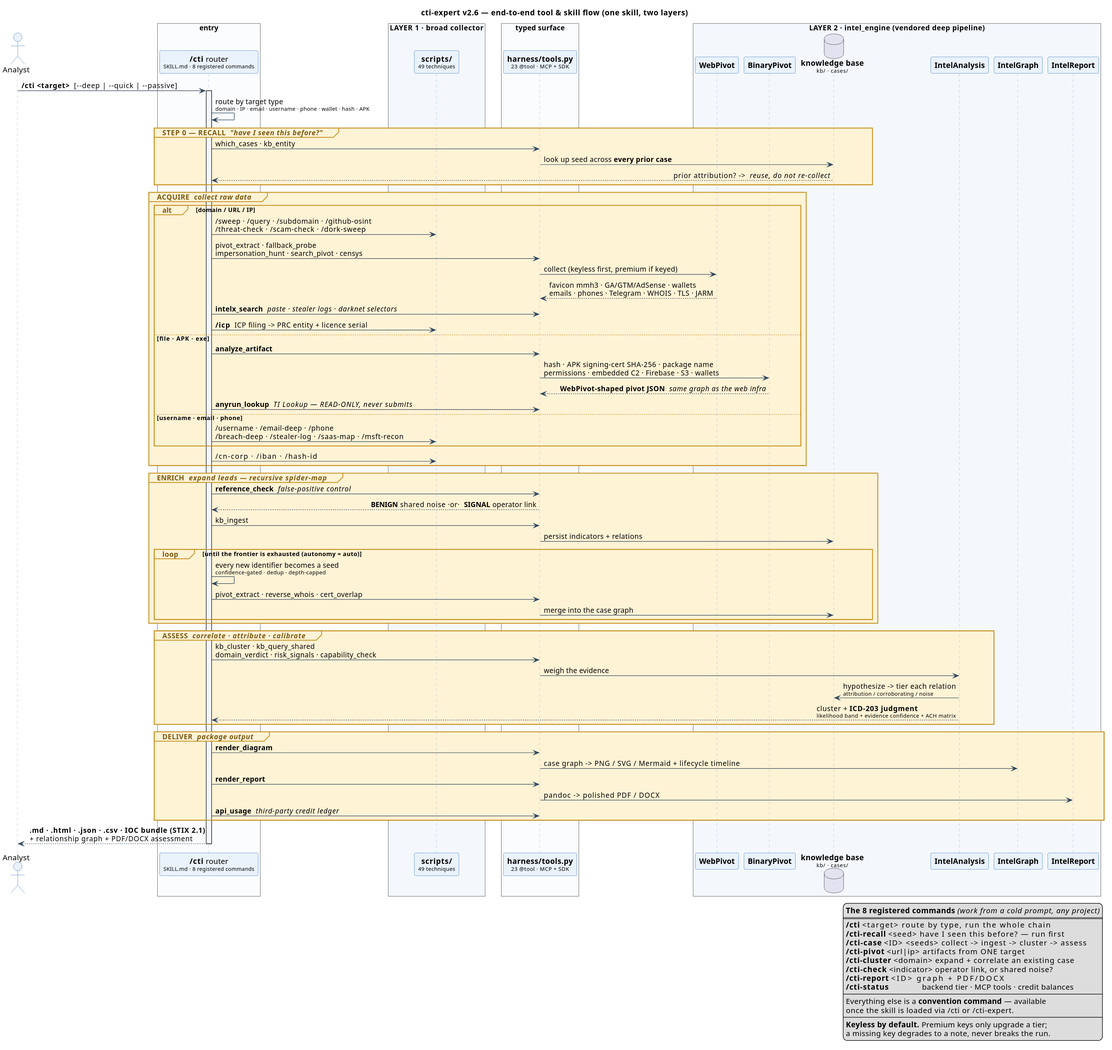
This is assets/workflow-skills.svg from 7onez/cti-expert, a PlantUML export, as it was before one commit.
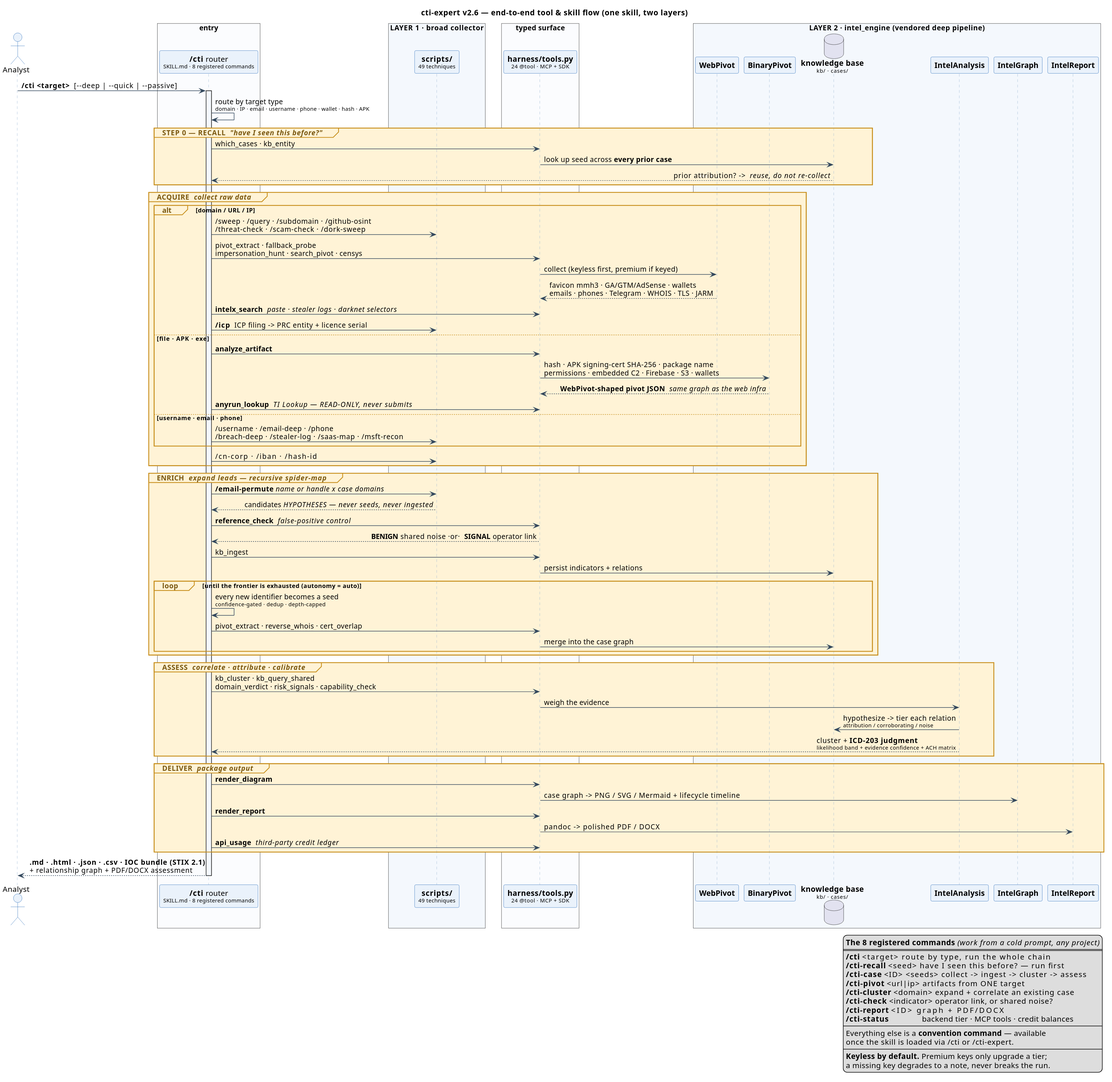
The same diagram one commit later.

Diff of the diagram source:
```diff
@@ -29,7 +29,7 @@
 end box
 
 box "typed surface" #FBFCFE
-  participant "**harness/tools.py**\n<size:10>23 @tool · MCP + SDK</size>" as MCP
+  participant "**harness/tools.py**\n<size:10>24 @tool · MCP + SDK</size>" as MCP
 end box
 
 box "LAYER 2 · intel_engine (vendored deep pipeline)" #F4F8FD
@@ -71,6 +71,8 @@
 end
 
 group #FFF3D6 ENRICH  //expand leads — recursive spider-map//
+  CTI -> L1 : **/email-permute** //name or handle x case domains//
+  L1 --> CTI : candidates //HYPOTHESES — never seeds, never ingested//
   CTI -> MCP : **reference_check**  //false-positive control//
   MCP --> CTI : **BENIGN** shared noise  ·or·  **SIGNAL** operator link
   CTI -> MCP : kb_ingest
```
